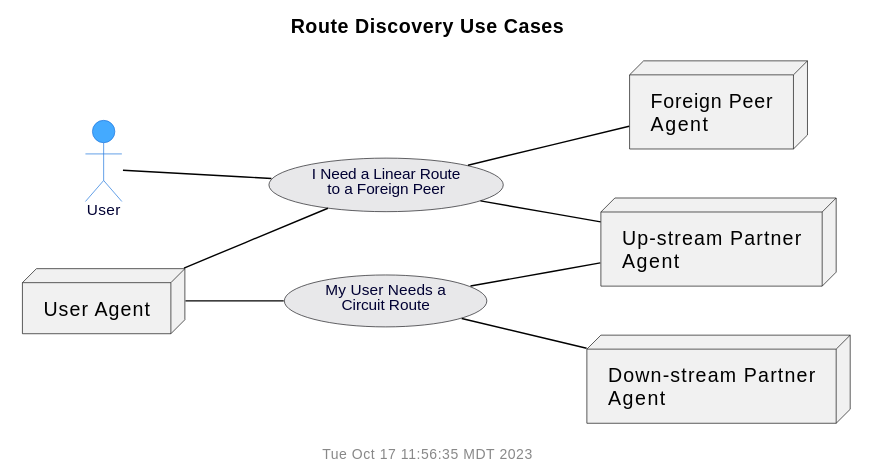
gotchoices/MyCHIPs keeps this PlantUML diagram as doc/uml/use-route.svg. Above is the earlier version. The source it was exported from:
```plantuml
@startuml
!include common.puml
$title(Route Discovery Use Cases)
left to right direction

actor "User" as user
node "User Agent" as userAgent
node "Foreign Peer\nAgent" as forPeer
node "Up-stream Partner\nAgent" as upPart
node "Down-stream Partner\nAgent" as downPart

usecase "I Need a Linear Route\nto a Foreign Peer" as findLinear
usecase "My User Needs a\nCircuit Route" as findCircuit

user		--	findLinear
userAgent	--	findLinear
			findLinear	-- upPart
			findLinear	-- forPeer

userAgent	--	findCircuit
			findCircuit	-- upPart
			findCircuit	-- downPart
@enduml
```
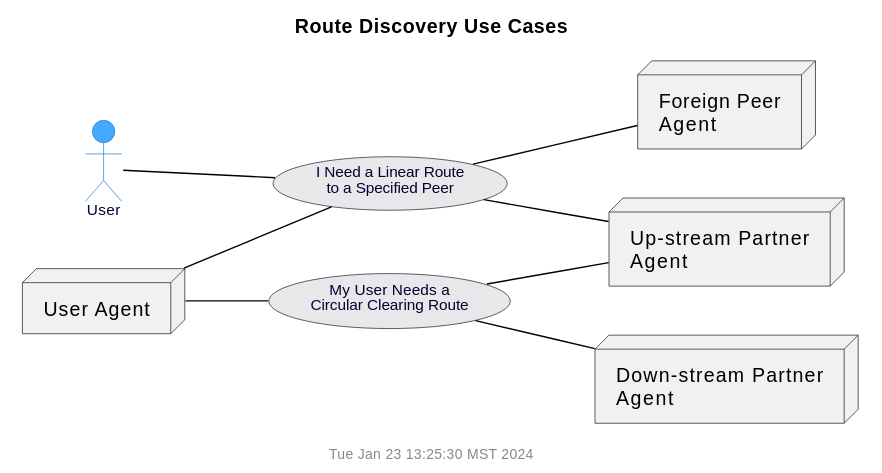
Later version of the same file.

Change to the diagram source:
```diff
@@ -9,8 +9,8 @@
 node "Up-stream Partner\nAgent" as upPart
 node "Down-stream Partner\nAgent" as downPart
 
-usecase "I Need a Linear Route\nto a Foreign Peer" as findLinear
-usecase "My User Needs a\nCircuit Route" as findCircuit
+usecase "I Need a Linear Route\nto a Specified Peer" as findLinear
+usecase "My User Needs a\nCircular Clearing Route" as findCircuit
 
 user		--	findLinear
 userAgent	--	findLinear
```
